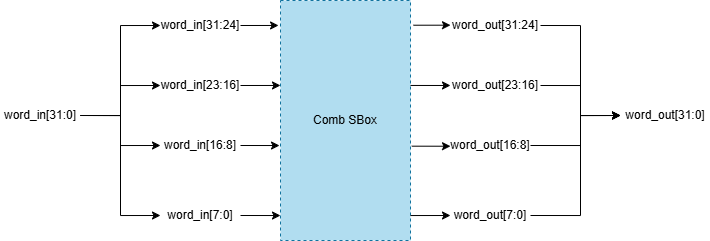
The draw.io diagram media/SubWord Low.png in LQLManZz/AES128-Verilog, before a commit. Source tidied: cells renumbered, new cells last; positions are measured from the earlier drawing's top-left corner, leaving out a move shared by most shapes. The source it was exported from:
```xml
<mxGraphModel>
  <root>
    <mxCell id="0" />
    <mxCell id="1" parent="0" />
    <mxCell id="2" value="Comb SBox" style="rounded=0;whiteSpace=wrap;html=1;fillColor=#b1ddf0;strokeColor=#10739e;dashed=1;" parent="1" vertex="1">
      <mxGeometry x="280" width="130" height="240" as="geometry" />
    </mxCell>
    <mxCell id="3" style="edgeStyle=orthogonalEdgeStyle;rounded=0;jettySize=auto;html=1;exitX=1;exitY=0.5;exitDx=0;exitDy=0;entryX=0;entryY=0.5;entryDx=0;entryDy=0;" parent="1" edge="1" source="7" target="8">
      <mxGeometry relative="1" as="geometry" />
    </mxCell>
    <mxCell id="4" style="edgeStyle=orthogonalEdgeStyle;rounded=0;jettySize=auto;html=1;exitX=1;exitY=0.5;exitDx=0;exitDy=0;entryX=0;entryY=0.5;entryDx=0;entryDy=0;" parent="1" edge="1" source="7" target="9">
      <mxGeometry relative="1" as="geometry" />
    </mxCell>
    <mxCell id="5" style="edgeStyle=orthogonalEdgeStyle;rounded=0;jettySize=auto;html=1;exitX=1;exitY=0.5;exitDx=0;exitDy=0;entryX=0;entryY=0.5;entryDx=0;entryDy=0;" parent="1" edge="1" source="7" target="10">
      <mxGeometry relative="1" as="geometry" />
    </mxCell>
    <mxCell id="6" style="edgeStyle=orthogonalEdgeStyle;rounded=0;jettySize=auto;html=1;exitX=1;exitY=0.5;exitDx=0;exitDy=0;entryX=0;entryY=0.5;entryDx=0;entryDy=0;" parent="1" edge="1" source="7" target="11">
      <mxGeometry relative="1" as="geometry" />
    </mxCell>
    <mxCell id="7" value="word_in[31:0]" style="text;html=1;whiteSpace=wrap;strokeColor=none;fillColor=none;align=center;verticalAlign=middle;rounded=0;" parent="1" vertex="1">
      <mxGeometry y="100" width="80" height="30" as="geometry" />
    </mxCell>
    <mxCell id="8" value="word_in[31:24]" style="text;html=1;whiteSpace=wrap;strokeColor=none;fillColor=none;align=center;verticalAlign=middle;rounded=0;" parent="1" vertex="1">
      <mxGeometry x="160" y="10" width="80" height="30" as="geometry" />
    </mxCell>
    <mxCell id="9" value="word_in[23:16]" style="text;html=1;whiteSpace=wrap;strokeColor=none;fillColor=none;align=center;verticalAlign=middle;rounded=0;" parent="1" vertex="1">
      <mxGeometry x="160" y="70" width="80" height="30" as="geometry" />
    </mxCell>
    <mxCell id="10" value="word_in[16:8]" style="text;html=1;whiteSpace=wrap;strokeColor=none;fillColor=none;align=center;verticalAlign=middle;rounded=0;" parent="1" vertex="1">
      <mxGeometry x="160" y="130" width="80" height="30" as="geometry" />
    </mxCell>
    <mxCell id="11" value="word_in[7:0]" style="text;html=1;whiteSpace=wrap;strokeColor=none;fillColor=none;align=center;verticalAlign=middle;rounded=0;" parent="1" vertex="1">
      <mxGeometry x="160" y="200" width="80" height="30" as="geometry" />
    </mxCell>
    <mxCell id="12" style="edgeStyle=orthogonalEdgeStyle;rounded=0;jettySize=auto;html=1;exitX=1;exitY=0.5;exitDx=0;exitDy=0;entryX=-0.015;entryY=0.104;entryDx=0;entryDy=0;entryPerimeter=0;" parent="1" edge="1" source="8" target="2">
      <mxGeometry relative="1" as="geometry" />
    </mxCell>
    <mxCell id="13" style="edgeStyle=orthogonalEdgeStyle;rounded=0;jettySize=auto;html=1;exitX=1;exitY=0.5;exitDx=0;exitDy=0;entryX=0;entryY=0.354;entryDx=0;entryDy=0;entryPerimeter=0;" parent="1" edge="1" source="9" target="2">
      <mxGeometry relative="1" as="geometry" />
    </mxCell>
    <mxCell id="14" style="edgeStyle=orthogonalEdgeStyle;rounded=0;jettySize=auto;html=1;exitX=1;exitY=0.5;exitDx=0;exitDy=0;entryX=-0.008;entryY=0.606;entryDx=0;entryDy=0;entryPerimeter=0;" parent="1" edge="1" source="10" target="2">
      <mxGeometry relative="1" as="geometry" />
    </mxCell>
    <mxCell id="15" style="edgeStyle=orthogonalEdgeStyle;rounded=0;jettySize=auto;html=1;exitX=1;exitY=0.5;exitDx=0;exitDy=0;entryX=0;entryY=0.896;entryDx=0;entryDy=0;entryPerimeter=0;" parent="1" edge="1" source="11" target="2">
      <mxGeometry relative="1" as="geometry" />
    </mxCell>
    <mxCell id="16" value="word_out[31:0]" style="text;html=1;whiteSpace=wrap;strokeColor=none;fillColor=none;align=center;verticalAlign=middle;rounded=0;flipV=1;legacyAnchorPoints=0;flipH=0;" parent="1" vertex="1">
      <mxGeometry x="620" y="100" width="90" height="30" as="geometry" />
    </mxCell>
    <mxCell id="17" style="edgeStyle=orthogonalEdgeStyle;rounded=0;jettySize=auto;html=1;exitX=1;exitY=0.5;exitDx=0;exitDy=0;entryX=0;entryY=0.5;entryDx=0;entryDy=0;" parent="1" edge="1" source="18" target="16">
      <mxGeometry relative="1" as="geometry" />
    </mxCell>
    <mxCell id="18" value="word_out[31:24]" style="text;html=1;whiteSpace=wrap;strokeColor=none;fillColor=none;align=center;verticalAlign=middle;rounded=0;flipV=1;legacyAnchorPoints=0;flipH=0;" parent="1" vertex="1">
      <mxGeometry x="450" y="10" width="90" height="30" as="geometry" />
    </mxCell>
    <mxCell id="19" style="edgeStyle=orthogonalEdgeStyle;rounded=0;jettySize=auto;html=1;exitX=1;exitY=0.5;exitDx=0;exitDy=0;entryX=0;entryY=0.5;entryDx=0;entryDy=0;" parent="1" edge="1" source="20" target="16">
      <mxGeometry relative="1" as="geometry" />
    </mxCell>
    <mxCell id="20" value="word_out[23:16]" style="text;html=1;whiteSpace=wrap;strokeColor=none;fillColor=none;align=center;verticalAlign=middle;rounded=0;flipV=1;legacyAnchorPoints=0;flipH=0;" parent="1" vertex="1">
      <mxGeometry x="450" y="70" width="90" height="30" as="geometry" />
    </mxCell>
    <mxCell id="21" style="edgeStyle=orthogonalEdgeStyle;rounded=0;jettySize=auto;html=1;exitX=1;exitY=0.5;exitDx=0;exitDy=0;entryX=0;entryY=0.5;entryDx=0;entryDy=0;" parent="1" edge="1" source="22" target="16">
      <mxGeometry relative="1" as="geometry">
        <Array as="points">
          <mxPoint x="580" y="145" />
          <mxPoint x="580" y="115" />
        </Array>
      </mxGeometry>
    </mxCell>
    <mxCell id="22" value="word_out[16:8]" style="text;html=1;whiteSpace=wrap;strokeColor=none;fillColor=none;align=center;verticalAlign=middle;rounded=0;flipV=1;legacyAnchorPoints=0;flipH=0;" parent="1" vertex="1">
      <mxGeometry x="450" y="130" width="80" height="30" as="geometry" />
    </mxCell>
    <mxCell id="23" style="edgeStyle=orthogonalEdgeStyle;rounded=0;jettySize=auto;html=1;exitX=1;exitY=0.5;exitDx=0;exitDy=0;entryX=0;entryY=0.5;entryDx=0;entryDy=0;" parent="1" edge="1" source="24" target="16">
      <mxGeometry relative="1" as="geometry">
        <Array as="points">
          <mxPoint x="580" y="215" />
          <mxPoint x="580" y="115" />
        </Array>
      </mxGeometry>
    </mxCell>
    <mxCell id="24" value="word_out[7:0]" style="text;html=1;whiteSpace=wrap;strokeColor=none;fillColor=none;align=center;verticalAlign=middle;rounded=0;flipV=1;legacyAnchorPoints=0;flipH=0;" parent="1" vertex="1">
      <mxGeometry x="450" y="200" width="80" height="30" as="geometry" />
    </mxCell>
    <mxCell id="25" style="edgeStyle=orthogonalEdgeStyle;rounded=0;jettySize=auto;html=1;exitX=1.023;exitY=0.103;exitDx=0;exitDy=0;entryX=0;entryY=0.5;entryDx=0;entryDy=0;exitPerimeter=0;" parent="1" edge="1" source="2" target="18">
      <mxGeometry relative="1" as="geometry" />
    </mxCell>
    <mxCell id="26" style="edgeStyle=orthogonalEdgeStyle;rounded=0;jettySize=auto;html=1;exitX=1;exitY=0.354;exitDx=0;exitDy=0;entryX=0;entryY=0.5;entryDx=0;entryDy=0;exitPerimeter=0;" parent="1" edge="1" source="2" target="20">
      <mxGeometry relative="1" as="geometry" />
    </mxCell>
    <mxCell id="27" style="edgeStyle=orthogonalEdgeStyle;rounded=0;jettySize=auto;html=1;exitX=1.01;exitY=0.607;exitDx=0;exitDy=0;entryX=0;entryY=0.5;entryDx=0;entryDy=0;exitPerimeter=0;" parent="1" edge="1" source="2" target="22">
      <mxGeometry relative="1" as="geometry" />
    </mxCell>
    <mxCell id="28" style="edgeStyle=orthogonalEdgeStyle;rounded=0;jettySize=auto;html=1;exitX=1;exitY=0.896;exitDx=0;exitDy=0;entryX=0;entryY=0.5;entryDx=0;entryDy=0;exitPerimeter=0;" parent="1" edge="1" source="2" target="24">
      <mxGeometry relative="1" as="geometry" />
    </mxCell>
  </root>
</mxGraphModel>
```
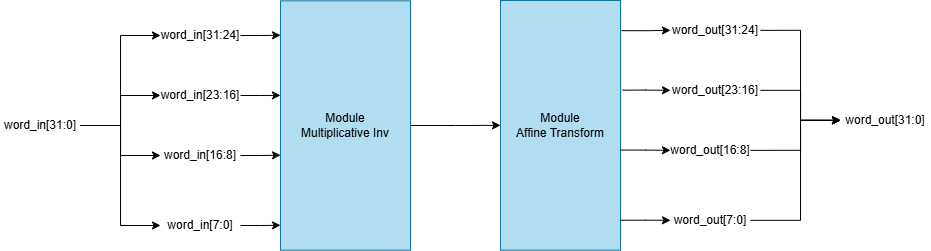
After the change.

What changed in the source:
```diff
@@ -2,9 +2,6 @@
   <root>
     <mxCell id="0" />
     <mxCell id="1" parent="0" />
-    <mxCell id="2" value="Comb SBox" style="rounded=0;whiteSpace=wrap;html=1;fillColor=#b1ddf0;strokeColor=#10739e;dashed=1;" parent="1" vertex="1">
-      <mxGeometry x="280" width="130" height="240" as="geometry" />
-    </mxCell>
     <mxCell id="3" style="edgeStyle=orthogonalEdgeStyle;rounded=0;jettySize=auto;html=1;exitX=1;exitY=0.5;exitDx=0;exitDy=0;entryX=0;entryY=0.5;entryDx=0;entryDy=0;" parent="1" edge="1" source="7" target="8">
       <mxGeometry relative="1" as="geometry" />
     </mxCell>
@@ -18,80 +15,89 @@
       <mxGeometry relative="1" as="geometry" />
     </mxCell>
     <mxCell id="7" value="word_in[31:0]" style="text;html=1;whiteSpace=wrap;strokeColor=none;fillColor=none;align=center;verticalAlign=middle;rounded=0;" parent="1" vertex="1">
-      <mxGeometry y="100" width="80" height="30" as="geometry" />
+      <mxGeometry x="-640" y="640" width="80" height="30" as="geometry" />
     </mxCell>
     <mxCell id="8" value="word_in[31:24]" style="text;html=1;whiteSpace=wrap;strokeColor=none;fillColor=none;align=center;verticalAlign=middle;rounded=0;" parent="1" vertex="1">
-      <mxGeometry x="160" y="10" width="80" height="30" as="geometry" />
+      <mxGeometry x="-480" y="550" width="80" height="30" as="geometry" />
     </mxCell>
     <mxCell id="9" value="word_in[23:16]" style="text;html=1;whiteSpace=wrap;strokeColor=none;fillColor=none;align=center;verticalAlign=middle;rounded=0;" parent="1" vertex="1">
-      <mxGeometry x="160" y="70" width="80" height="30" as="geometry" />
+      <mxGeometry x="-480" y="610" width="80" height="30" as="geometry" />
     </mxCell>
     <mxCell id="10" value="word_in[16:8]" style="text;html=1;whiteSpace=wrap;strokeColor=none;fillColor=none;align=center;verticalAlign=middle;rounded=0;" parent="1" vertex="1">
-      <mxGeometry x="160" y="130" width="80" height="30" as="geometry" />
+      <mxGeometry x="-480" y="670" width="80" height="30" as="geometry" />
     </mxCell>
     <mxCell id="11" value="word_in[7:0]" style="text;html=1;whiteSpace=wrap;strokeColor=none;fillColor=none;align=center;verticalAlign=middle;rounded=0;" parent="1" vertex="1">
-      <mxGeometry x="160" y="200" width="80" height="30" as="geometry" />
+      <mxGeometry x="-480" y="740" width="80" height="30" as="geometry" />
     </mxCell>
-    <mxCell id="12" style="edgeStyle=orthogonalEdgeStyle;rounded=0;jettySize=auto;html=1;exitX=1;exitY=0.5;exitDx=0;exitDy=0;entryX=-0.015;entryY=0.104;entryDx=0;entryDy=0;entryPerimeter=0;" parent="1" edge="1" source="8" target="2">
-      <mxGeometry relative="1" as="geometry" />
-    </mxCell>
-    <mxCell id="13" style="edgeStyle=orthogonalEdgeStyle;rounded=0;jettySize=auto;html=1;exitX=1;exitY=0.5;exitDx=0;exitDy=0;entryX=0;entryY=0.354;entryDx=0;entryDy=0;entryPerimeter=0;" parent="1" edge="1" source="9" target="2">
-      <mxGeometry relative="1" as="geometry" />
-    </mxCell>
-    <mxCell id="14" style="edgeStyle=orthogonalEdgeStyle;rounded=0;jettySize=auto;html=1;exitX=1;exitY=0.5;exitDx=0;exitDy=0;entryX=-0.008;entryY=0.606;entryDx=0;entryDy=0;entryPerimeter=0;" parent="1" edge="1" source="10" target="2">
-      <mxGeometry relative="1" as="geometry" />
-    </mxCell>
-    <mxCell id="15" style="edgeStyle=orthogonalEdgeStyle;rounded=0;jettySize=auto;html=1;exitX=1;exitY=0.5;exitDx=0;exitDy=0;entryX=0;entryY=0.896;entryDx=0;entryDy=0;entryPerimeter=0;" parent="1" edge="1" source="11" target="2">
-      <mxGeometry relative="1" as="geometry" />
-    </mxCell>
     <mxCell id="16" value="word_out[31:0]" style="text;html=1;whiteSpace=wrap;strokeColor=none;fillColor=none;align=center;verticalAlign=middle;rounded=0;flipV=1;legacyAnchorPoints=0;flipH=0;" parent="1" vertex="1">
-      <mxGeometry x="620" y="100" width="90" height="30" as="geometry" />
+      <mxGeometry x="200" y="634.8" width="90" height="30" as="geometry" />
     </mxCell>
     <mxCell id="17" style="edgeStyle=orthogonalEdgeStyle;rounded=0;jettySize=auto;html=1;exitX=1;exitY=0.5;exitDx=0;exitDy=0;entryX=0;entryY=0.5;entryDx=0;entryDy=0;" parent="1" edge="1" source="18" target="16">
       <mxGeometry relative="1" as="geometry" />
     </mxCell>
     <mxCell id="18" value="word_out[31:24]" style="text;html=1;whiteSpace=wrap;strokeColor=none;fillColor=none;align=center;verticalAlign=middle;rounded=0;flipV=1;legacyAnchorPoints=0;flipH=0;" parent="1" vertex="1">
-      <mxGeometry x="450" y="10" width="90" height="30" as="geometry" />
+      <mxGeometry x="30" y="544.8" width="90" height="30" as="geometry" />
     </mxCell>
     <mxCell id="19" style="edgeStyle=orthogonalEdgeStyle;rounded=0;jettySize=auto;html=1;exitX=1;exitY=0.5;exitDx=0;exitDy=0;entryX=0;entryY=0.5;entryDx=0;entryDy=0;" parent="1" edge="1" source="20" target="16">
       <mxGeometry relative="1" as="geometry" />
     </mxCell>
     <mxCell id="20" value="word_out[23:16]" style="text;html=1;whiteSpace=wrap;strokeColor=none;fillColor=none;align=center;verticalAlign=middle;rounded=0;flipV=1;legacyAnchorPoints=0;flipH=0;" parent="1" vertex="1">
-      <mxGeometry x="450" y="70" width="90" height="30" as="geometry" />
+      <mxGeometry x="30" y="604.8" width="90" height="30" as="geometry" />
     </mxCell>
     <mxCell id="21" style="edgeStyle=orthogonalEdgeStyle;rounded=0;jettySize=auto;html=1;exitX=1;exitY=0.5;exitDx=0;exitDy=0;entryX=0;entryY=0.5;entryDx=0;entryDy=0;" parent="1" edge="1" source="22" target="16">
       <mxGeometry relative="1" as="geometry">
         <Array as="points">
-          <mxPoint x="580" y="145" />
-          <mxPoint x="580" y="115" />
+          <mxPoint x="160" y="679.8" />
+          <mxPoint x="160" y="649.8" />
         </Array>
       </mxGeometry>
     </mxCell>
     <mxCell id="22" value="word_out[16:8]" style="text;html=1;whiteSpace=wrap;strokeColor=none;fillColor=none;align=center;verticalAlign=middle;rounded=0;flipV=1;legacyAnchorPoints=0;flipH=0;" parent="1" vertex="1">
-      <mxGeometry x="450" y="130" width="80" height="30" as="geometry" />
+      <mxGeometry x="30" y="664.8" width="80" height="30" as="geometry" />
     </mxCell>
     <mxCell id="23" style="edgeStyle=orthogonalEdgeStyle;rounded=0;jettySize=auto;html=1;exitX=1;exitY=0.5;exitDx=0;exitDy=0;entryX=0;entryY=0.5;entryDx=0;entryDy=0;" parent="1" edge="1" source="24" target="16">
       <mxGeometry relative="1" as="geometry">
         <Array as="points">
-          <mxPoint x="580" y="215" />
-          <mxPoint x="580" y="115" />
+          <mxPoint x="160" y="749.8" />
+          <mxPoint x="160" y="649.8" />
         </Array>
       </mxGeometry>
     </mxCell>
     <mxCell id="24" value="word_out[7:0]" style="text;html=1;whiteSpace=wrap;strokeColor=none;fillColor=none;align=center;verticalAlign=middle;rounded=0;flipV=1;legacyAnchorPoints=0;flipH=0;" parent="1" vertex="1">
-      <mxGeometry x="450" y="200" width="80" height="30" as="geometry" />
+      <mxGeometry x="30" y="734.8" width="80" height="30" as="geometry" />
     </mxCell>
-    <mxCell id="25" style="edgeStyle=orthogonalEdgeStyle;rounded=0;jettySize=auto;html=1;exitX=1.023;exitY=0.103;exitDx=0;exitDy=0;entryX=0;entryY=0.5;entryDx=0;entryDy=0;exitPerimeter=0;" parent="1" edge="1" source="2" target="18">
-      <mxGeometry relative="1" as="geometry" />
-    </mxCell>
-    <mxCell id="26" style="edgeStyle=orthogonalEdgeStyle;rounded=0;jettySize=auto;html=1;exitX=1;exitY=0.354;exitDx=0;exitDy=0;entryX=0;entryY=0.5;entryDx=0;entryDy=0;exitPerimeter=0;" parent="1" edge="1" source="2" target="20">
-      <mxGeometry relative="1" as="geometry" />
-    </mxCell>
-    <mxCell id="27" style="edgeStyle=orthogonalEdgeStyle;rounded=0;jettySize=auto;html=1;exitX=1.01;exitY=0.607;exitDx=0;exitDy=0;entryX=0;entryY=0.5;entryDx=0;entryDy=0;exitPerimeter=0;" parent="1" edge="1" source="2" target="22">
-      <mxGeometry relative="1" as="geometry" />
-    </mxCell>
-    <mxCell id="28" style="edgeStyle=orthogonalEdgeStyle;rounded=0;jettySize=auto;html=1;exitX=1;exitY=0.896;exitDx=0;exitDy=0;entryX=0;entryY=0.5;entryDx=0;entryDy=0;exitPerimeter=0;" parent="1" edge="1" source="2" target="24">
-      <mxGeometry relative="1" as="geometry" />
-    </mxCell>
+    <mxCell id="29" style="edgeStyle=orthogonalEdgeStyle;rounded=0;jettySize=auto;html=1;exitX=1;exitY=0.5;exitDx=0;exitDy=0;entryX=0;entryY=0.5;entryDx=0;entryDy=0;curved=0;" parent="1" edge="1" source="30" target="31">
+      <mxGeometry relative="1" as="geometry" />
+    </mxCell>
+    <mxCell id="30" value="Module&lt;br&gt;Multiplicative Inv" style="rounded=0;whiteSpace=wrap;html=1;fillColor=#b1ddf0;strokeColor=#10739e;" parent="1" vertex="1">
+      <mxGeometry x="-360" y="530.3" width="130" height="249.4" as="geometry" />
+    </mxCell>
+    <mxCell id="31" value="Module&lt;br&gt;Affine Transform" style="rounded=0;whiteSpace=wrap;html=1;fillColor=#b1ddf0;strokeColor=#10739e;" parent="1" vertex="1">
+      <mxGeometry x="-140" y="530" width="120" height="249.7" as="geometry" />
+    </mxCell>
+    <mxCell id="32" style="edgeStyle=orthogonalEdgeStyle;rounded=0;jettySize=auto;html=1;exitX=1;exitY=0.5;exitDx=0;exitDy=0;entryX=0;entryY=0.138;entryDx=0;entryDy=0;entryPerimeter=0;" parent="1" edge="1" source="8" target="30">
+      <mxGeometry relative="1" as="geometry" />
+    </mxCell>
+    <mxCell id="33" style="edgeStyle=orthogonalEdgeStyle;rounded=0;jettySize=auto;html=1;exitX=1;exitY=0.5;exitDx=0;exitDy=0;entryX=0;entryY=0.379;entryDx=0;entryDy=0;entryPerimeter=0;" parent="1" edge="1" source="9" target="30">
+      <mxGeometry relative="1" as="geometry" />
+    </mxCell>
+    <mxCell id="34" style="edgeStyle=orthogonalEdgeStyle;rounded=0;jettySize=auto;html=1;exitX=1;exitY=0.5;exitDx=0;exitDy=0;entryX=0;entryY=0.619;entryDx=0;entryDy=0;entryPerimeter=0;" parent="1" edge="1" source="10" target="30">
+      <mxGeometry relative="1" as="geometry" />
+    </mxCell>
+    <mxCell id="35" style="edgeStyle=orthogonalEdgeStyle;rounded=0;jettySize=auto;html=1;exitX=1;exitY=0.5;exitDx=0;exitDy=0;entryX=0;entryY=0.9;entryDx=0;entryDy=0;entryPerimeter=0;" parent="1" edge="1" source="11" target="30">
+      <mxGeometry relative="1" as="geometry" />
+    </mxCell>
+    <mxCell id="36" style="edgeStyle=orthogonalEdgeStyle;rounded=0;jettySize=auto;html=1;exitX=1;exitY=0.599;exitDx=0;exitDy=0;entryX=0;entryY=0.5;entryDx=0;entryDy=0;exitPerimeter=0;" parent="1" edge="1" source="31" target="22">
+      <mxGeometry relative="1" as="geometry" />
+    </mxCell>
+    <mxCell id="37" style="edgeStyle=orthogonalEdgeStyle;rounded=0;jettySize=auto;html=1;exitX=1;exitY=0.88;exitDx=0;exitDy=0;entryX=0;entryY=0.5;entryDx=0;entryDy=0;exitPerimeter=0;" parent="1" edge="1" source="31" target="24">
+      <mxGeometry relative="1" as="geometry" />
+    </mxCell>
+    <mxCell id="38" style="edgeStyle=orthogonalEdgeStyle;rounded=0;jettySize=auto;html=1;exitX=1.008;exitY=0.121;exitDx=0;exitDy=0;entryX=0;entryY=0.5;entryDx=0;entryDy=0;exitPerimeter=0;" parent="1" edge="1" source="31" target="18">
+      <mxGeometry relative="1" as="geometry" />
+    </mxCell>
+    <mxCell id="39" style="edgeStyle=orthogonalEdgeStyle;rounded=0;jettySize=auto;html=1;exitX=1.017;exitY=0.359;exitDx=0;exitDy=0;entryX=0;entryY=0.5;entryDx=0;entryDy=0;exitPerimeter=0;" parent="1" edge="1" source="31" target="20">
+      <mxGeometry relative="1" as="geometry" />
+    </mxCell>
   </root>
 </mxGraphModel>
```
